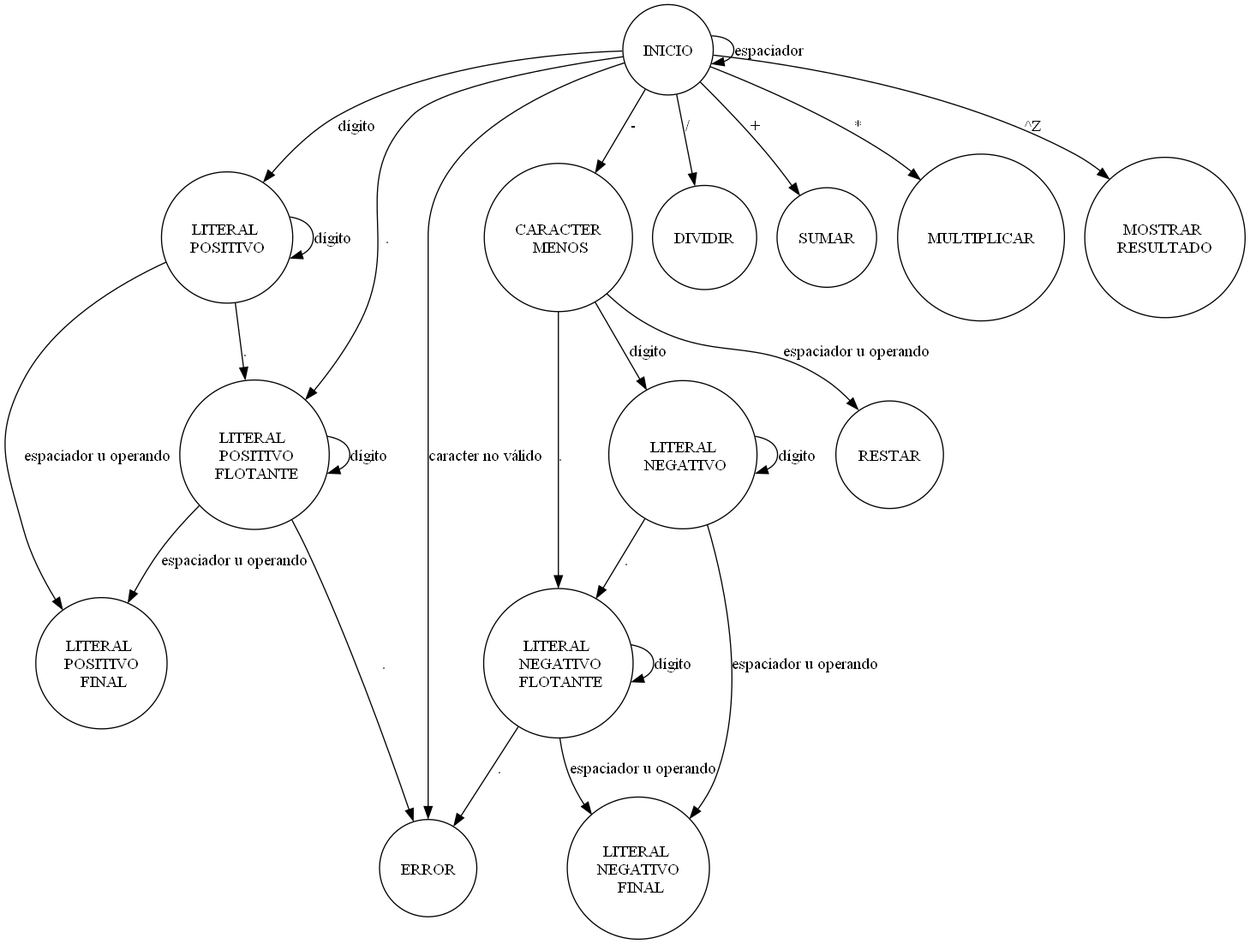
The Graphviz diagram 25-CalculadoraPolaca/Scanner.png in IAristia/SSL, before a commit. Its source is kept beside it as 25-CalculadoraPolaca/scanner.gv.
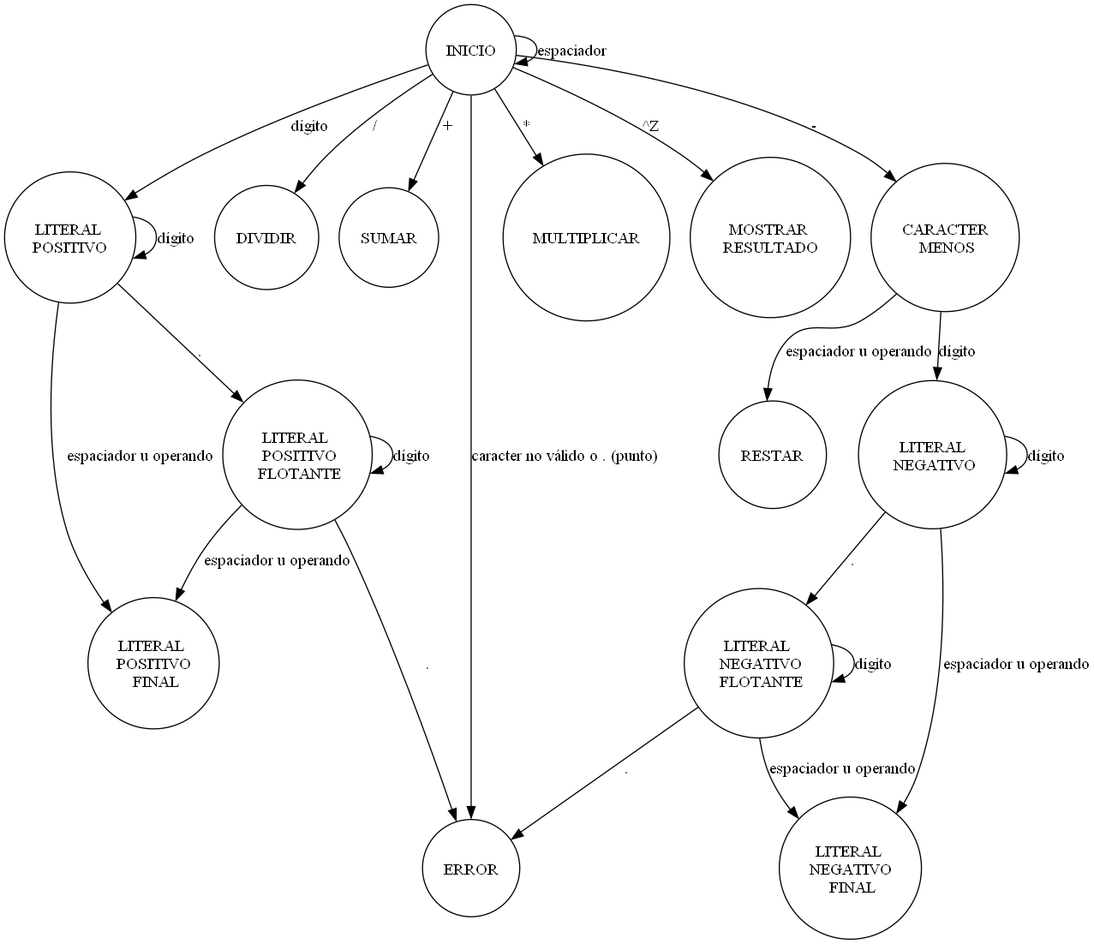
After the commit.

Change to the diagram source:
```diff
@@ -22,7 +22,6 @@
 
     INICIO -> INICIO [label = "espaciador"];
     INICIO -> LITERAL_POSITIVO [label = "dígito"];
-    INICIO -> LITERAL_POSITIVO_FLOTANTE [label = "."];
     LITERAL_POSITIVO -> LITERAL_POSITIVO [label = "dígito"];
     LITERAL_POSITIVO -> LITERAL_POSITIVO_FLOTANTE [label = "."];
     LITERAL_POSITIVO_FLOTANTE -> LITERAL_POSITIVO_FLOTANTE [label = "dígito"];
@@ -33,7 +32,6 @@
     INICIO -> CARACTER_MENOS [label ="-"];
     CARACTER_MENOS -> RESTAR [label ="espaciador u operando"];
     CARACTER_MENOS -> LITERAL_NEGATIVO [label ="dígito"];
-    CARACTER_MENOS -> LITERAL_NEGATIVO_FLOTANTE [label ="."];
     LITERAL_NEGATIVO -> LITERAL_NEGATIVO [label ="dígito"];
     LITERAL_NEGATIVO -> LITERAL_NEGATIVO_FINAL [label ="espaciador u operando"];
     LITERAL_NEGATIVO -> LITERAL_NEGATIVO_FLOTANTE [label ="."];
@@ -49,6 +47,6 @@
 
     INICIO -> RESULTADO[label = "^Z"]
 
-    INICIO -> ERROR[label = "caracter no válido"]
+    INICIO -> ERROR[label = "caracter no válido o . (punto)"]
 
 }
```
